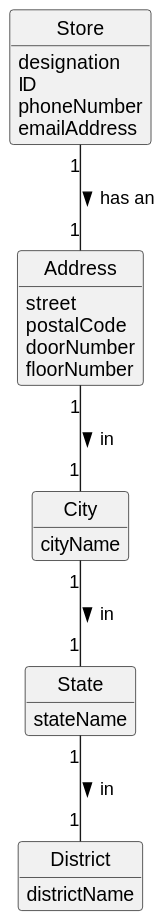
Before: docs/sprintB/us005/02.analysis/svg/us005-domain-model.svg, a diagram exported from PlantUML (1220812/LAPR2).
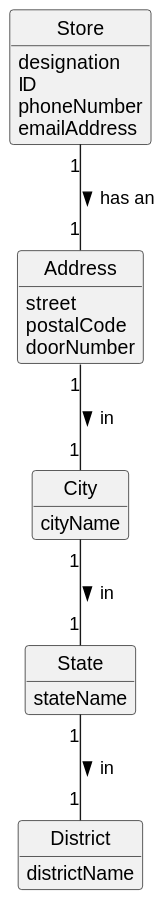
Above is the later version.

Commit message:
Replaced the domain model svg for US5

The edit, as a diff of the source:
```diff
@@ -32,7 +32,6 @@
     street
     postalCode
     doorNumber
-    floorNumber
 }
 
 Address "1" -- "1" City : in >
```
